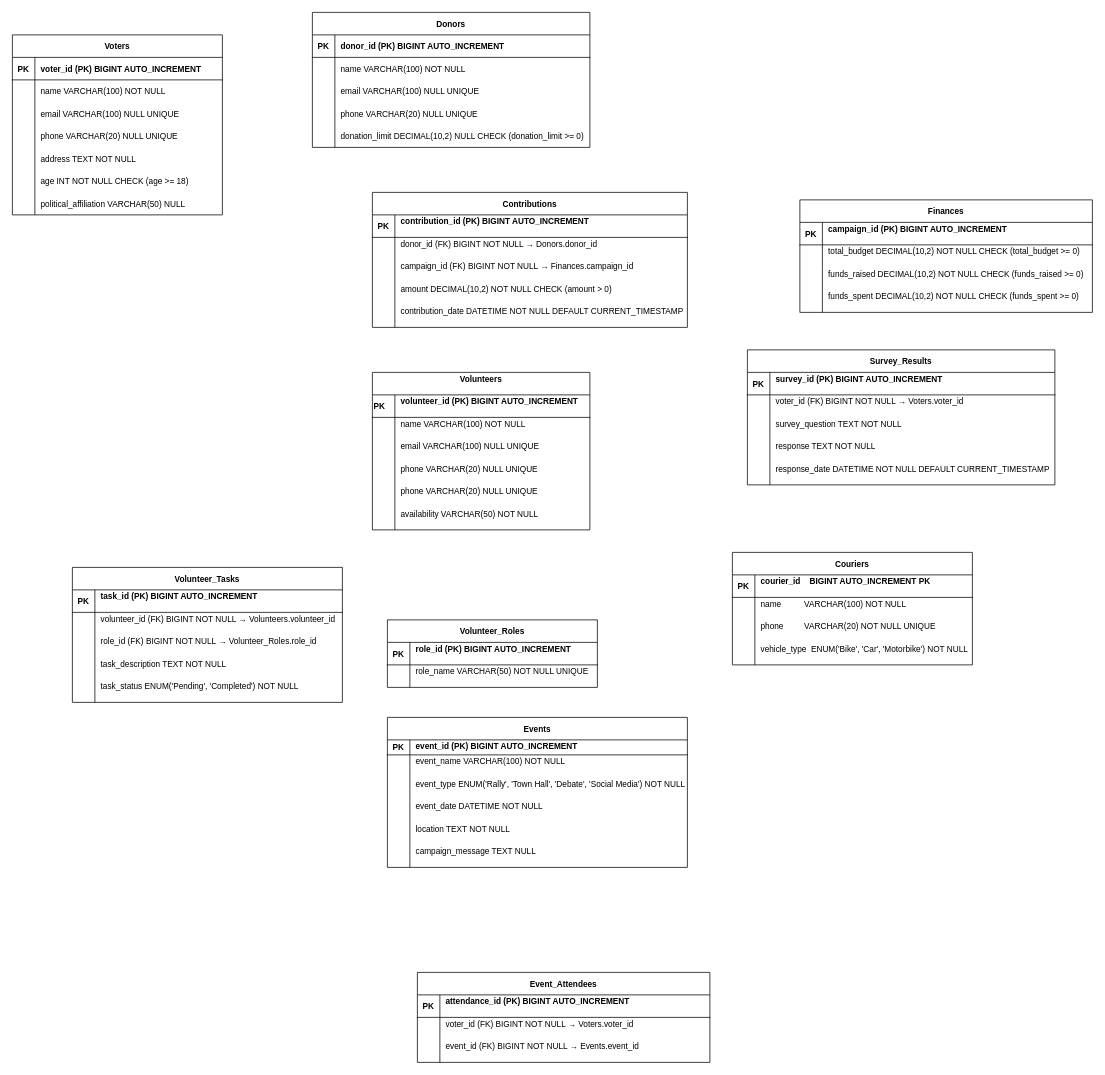
SergejusSG/git-demo1 keeps this draw.io diagram as Untitled Diagram.drawio. Above is the earlier version. Source tidied: cells renumbered, new cells numbered last; positions are measured from the earlier drawing's top-left corner, leaving out a move shared by most shapes. Both pictures are drawn from the tidied source at 75%, with x=0, y=0 at pixel (12, 12).
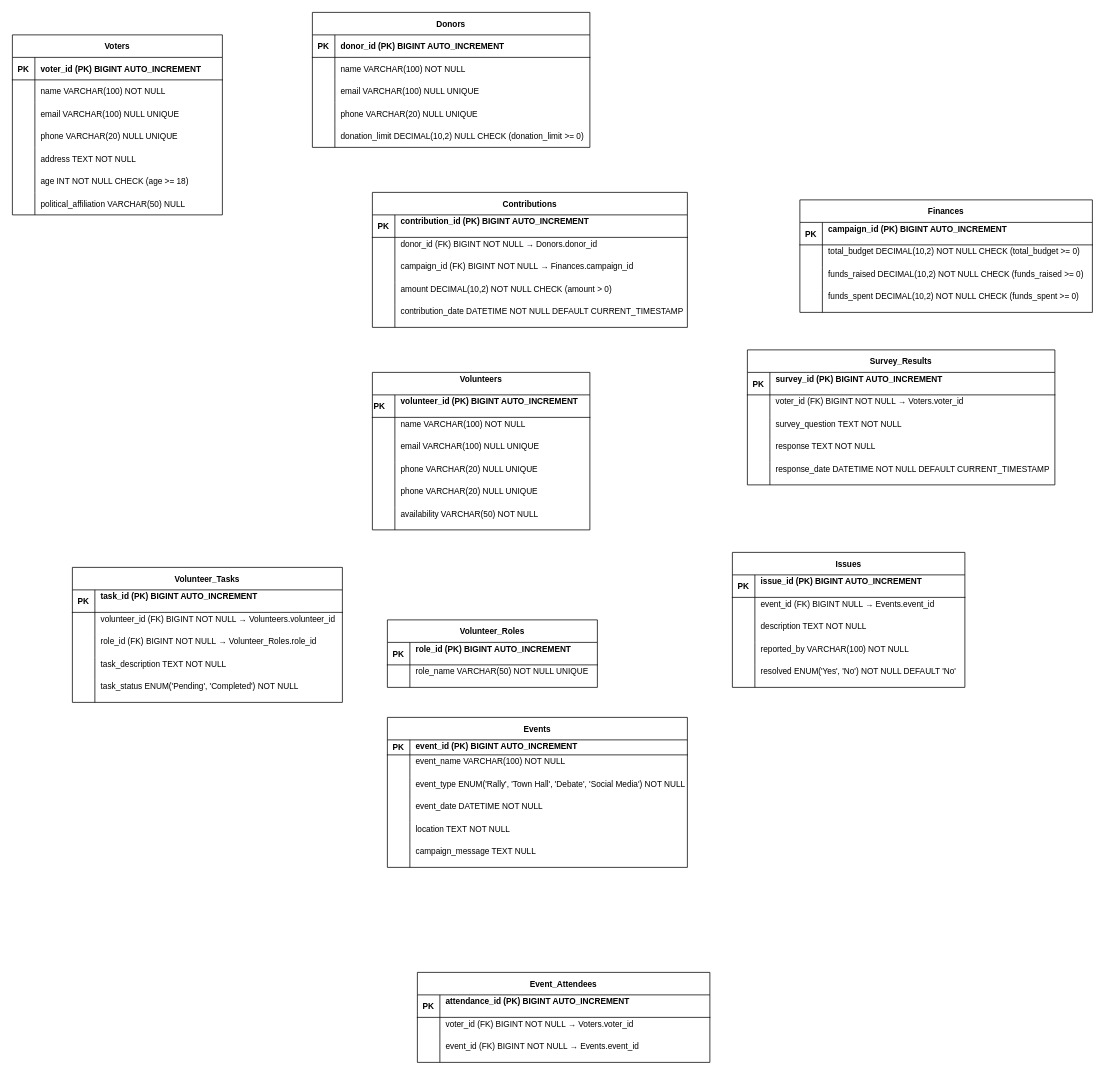
The same page after the edit.

The edit, as a diff of the source:
```diff
@@
-    <mxCell id="95" value="Couriers" style="shape=table;startSize=30;childLayout=tableLayout;rowLines=0;fontStyle=1;align=center;fontSize=11;" parent="1" vertex="1">
-      <mxGeometry x="960" y="720" width="320" height="150" as="geometry" />
+    <mxCell id="95" value="Issues" style="shape=table;startSize=30;childLayout=tableLayout;rowLines=0;fontStyle=1;align=center;fontSize=11;" parent="1" vertex="1">
+      <mxGeometry x="960" y="720" width="310" height="180" as="geometry" />
     </mxCell>
     <mxCell id="96" style="shape=partialRectangle;fillColor=none;top=0;left=0;right=0;bottom=1;fontSize=11;" parent="95" vertex="1">
-      <mxGeometry y="30" width="320" height="30" as="geometry" />
+      <mxGeometry y="30" width="310" height="30" as="geometry" />
     </mxCell>
@@
-    <mxCell id="98" value="courier_id    BIGINT AUTO_INCREMENT PK&#10;" style="shape=partialRectangle;overflow=hidden;fillColor=none;top=0;left=0;bottom=0;right=0;align=left;spacingLeft=6;fontStyle=1;fontSize=11;" parent="96" vertex="1">
-      <mxGeometry x="30" width="290" height="30" as="geometry" />
+    <mxCell id="98" value="issue_id (PK) BIGINT AUTO_INCREMENT&#10;" style="shape=partialRectangle;overflow=hidden;fillColor=none;top=0;left=0;bottom=0;right=0;align=left;spacingLeft=6;fontStyle=1;fontSize=11;" parent="96" vertex="1">
+      <mxGeometry x="30" width="280" height="30" as="geometry" />
     </mxCell>
     <mxCell id="99" style="shape=partialRectangle;fillColor=none;top=0;left=0;right=0;bottom=0;fontSize=11;" parent="95" vertex="1">
-      <mxGeometry y="60" width="320" height="30" as="geometry" />
+      <mxGeometry y="60" width="310" height="30" as="geometry" />
     </mxCell>
@@
-    <mxCell id="101" value="name          VARCHAR(100) NOT NULL&#10;" style="shape=partialRectangle;overflow=hidden;fillColor=none;top=0;left=0;bottom=0;right=0;align=left;spacingLeft=6;fontSize=11;" parent="99" vertex="1">
-      <mxGeometry x="30" width="290" height="30" as="geometry" />
+    <mxCell id="101" value="event_id (FK) BIGINT NULL → Events.event_id&#10;" style="shape=partialRectangle;overflow=hidden;fillColor=none;top=0;left=0;bottom=0;right=0;align=left;spacingLeft=6;fontSize=11;" parent="99" vertex="1">
+      <mxGeometry x="30" width="280" height="30" as="geometry" />
     </mxCell>
     <mxCell id="102" style="shape=partialRectangle;fillColor=none;top=0;left=0;right=0;bottom=0;fontSize=11;" parent="95" vertex="1">
-      <mxGeometry y="90" width="320" height="30" as="geometry" />
+      <mxGeometry y="90" width="310" height="30" as="geometry" />
     </mxCell>
@@
-    <mxCell id="104" value="phone         VARCHAR(20) NOT NULL UNIQUE&#10;" style="shape=partialRectangle;overflow=hidden;fillColor=none;top=0;left=0;bottom=0;right=0;align=left;spacingLeft=6;fontSize=11;" parent="102" vertex="1">
-      <mxGeometry x="30" width="290" height="30" as="geometry" />
+    <mxCell id="104" value="description TEXT NOT NULL&#10;" style="shape=partialRectangle;overflow=hidden;fillColor=none;top=0;left=0;bottom=0;right=0;align=left;spacingLeft=6;fontSize=11;" parent="102" vertex="1">
+      <mxGeometry x="30" width="280" height="30" as="geometry" />
     </mxCell>
     <mxCell id="105" style="shape=partialRectangle;fillColor=none;top=0;left=0;right=0;bottom=0;fontSize=11;" parent="95" vertex="1">
-      <mxGeometry y="120" width="320" height="30" as="geometry" />
+      <mxGeometry y="120" width="310" height="30" as="geometry" />
     </mxCell>
@@
-    <mxCell id="107" value="vehicle_type  ENUM('Bike', 'Car', 'Motorbike') NOT NULL&#10;" style="shape=partialRectangle;overflow=hidden;fillColor=none;top=0;left=0;bottom=0;right=0;align=left;spacingLeft=6;fontSize=11;" parent="105" vertex="1">
-      <mxGeometry x="30" width="290" height="30" as="geometry" />
+    <mxCell id="107" value="reported_by VARCHAR(100) NOT NULL&#10;" style="shape=partialRectangle;overflow=hidden;fillColor=none;top=0;left=0;bottom=0;right=0;align=left;spacingLeft=6;fontSize=11;" parent="105" vertex="1">
+      <mxGeometry x="30" width="280" height="30" as="geometry" />
     </mxCell>
+    <mxCell id="169" style="shape=partialRectangle;fillColor=none;top=0;left=0;right=0;bottom=0;fontSize=11;" parent="95" vertex="1">
+      <mxGeometry y="150" width="310" height="30" as="geometry" />
+    </mxCell>
+    <mxCell id="170" style="shape=partialRectangle;overflow=hidden;fillColor=none;top=0;left=0;bottom=0;right=0;fontSize=11;" parent="169" vertex="1">
+      <mxGeometry width="30" height="30" as="geometry" />
+    </mxCell>
+    <mxCell id="171" value="resolved ENUM('Yes', 'No') NOT NULL DEFAULT 'No'&#10;" style="shape=partialRectangle;overflow=hidden;fillColor=none;top=0;left=0;bottom=0;right=0;align=left;spacingLeft=6;fontSize=11;" parent="169" vertex="1">
+      <mxGeometry x="30" width="280" height="30" as="geometry" />
+    </mxCell>
```
